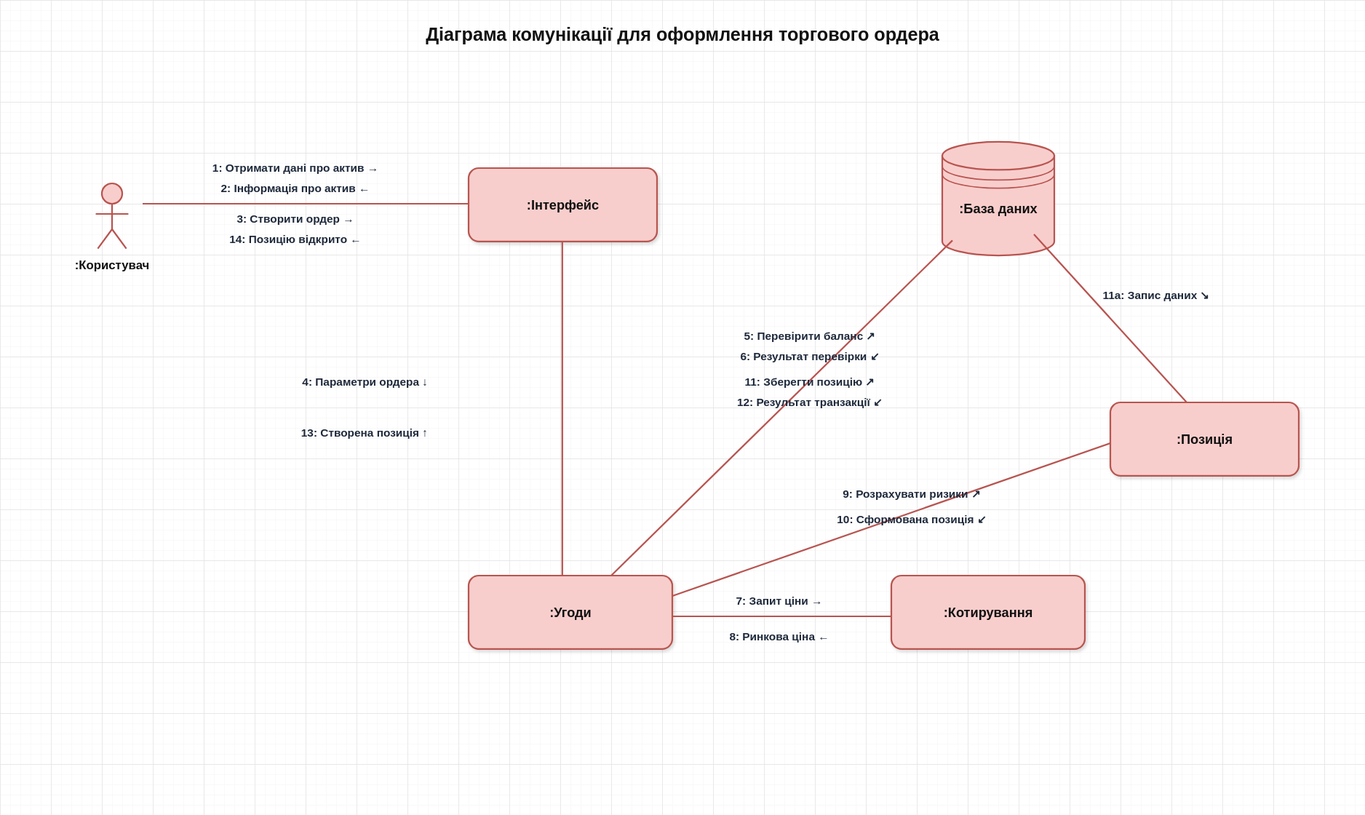
Above: diagrams/svg/09_communication_diagram.svg in Hast1k/bygigabit (PlantUML), before the change. Its source is kept beside it as diagrams/puml/09_communication_diagram.puml.
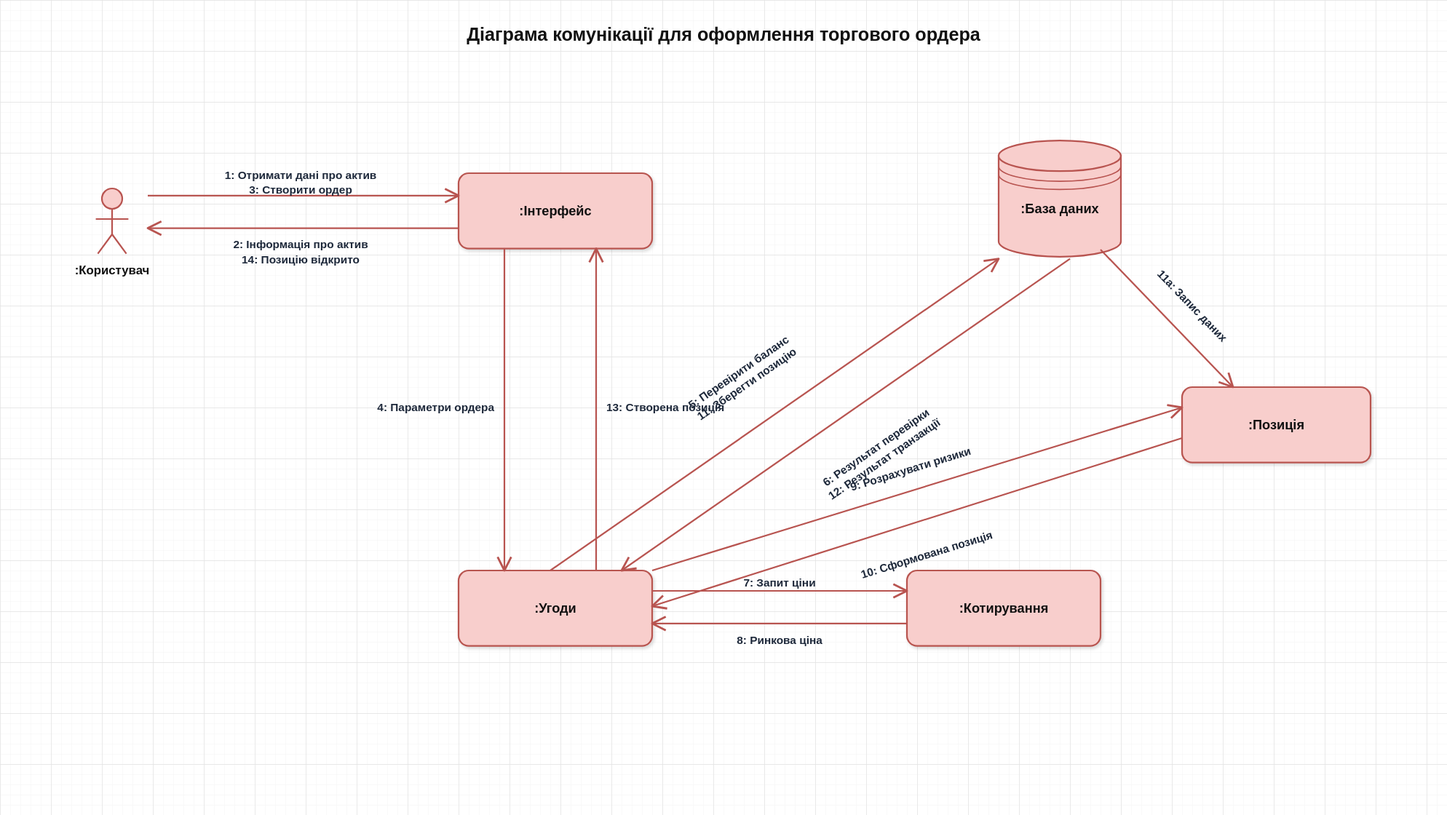
Above is the later version.

Commit message:
fix(diagrams): optimize use case arrows routing and communication diagram dual directional links

The edit, as a diff of the source:
```diff
@@ -34,10 +34,15 @@
 rectangle ":Котирування" as Market
 database ":База даних" as DB
 
-User -- UI : 1: Отримати дані про актив >\n2: Інформація про актив <\n3: Створити ордер >\n14: Позицію відкрито <
-UI -- Orders : 4: Параметри ордера >\n13: Створена позиція <
-Orders -- DB : 5: Перевірити баланс >\n6: Результат перевірки <\n11: Зберегти позицію >\n12: Результат транзакції <
-Orders -- Market : 7: Запит ціни >\n8: Ринкова ціна <
-Orders -- Position : 9: Розрахувати ризики >\n10: Сформована позиція <
-DB -- Position : 11a: Запис даних >
+User -> UI : 1: Отримати дані про актив\n3: Створити ордер
+UI -> User : 2: Інформація про актив\n14: Позицію відкрито
+UI -> Orders : 4: Параметри ордера
+Orders -> UI : 13: Створена позиція
+Orders -> DB : 5: Перевірити баланс\n11: Зберегти позицію
+DB -> Orders : 6: Результат перевірки\n12: Результат транзакції
+Orders -> Market : 7: Запит ціни
+Market -> Orders : 8: Ринкова ціна
+Orders -> Position : 9: Розрахувати ризики
+Position -> Orders : 10: Сформована позиція
+DB -> Position : 11a: Запис даних
 @enduml
```
